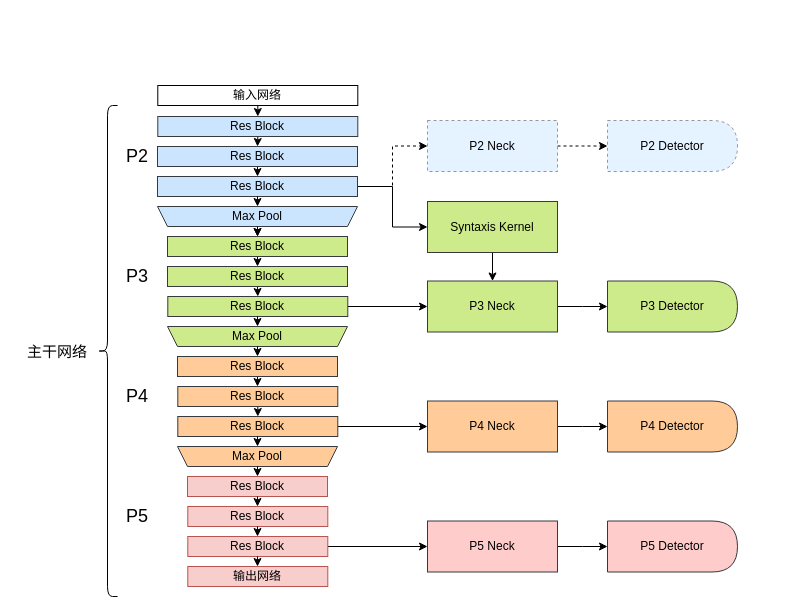
This is 融合框架.drawio from ThrowYouARem/d2l-zh, a draw.io file, before an edit. Source tidied: cells renumbered, new cells numbered last; positions are measured from the earlier drawing's top-left corner, leaving out a move shared by most shapes. Both pictures are drawn from the tidied source at 100%, with x=0, y=0 at pixel (17, 85).
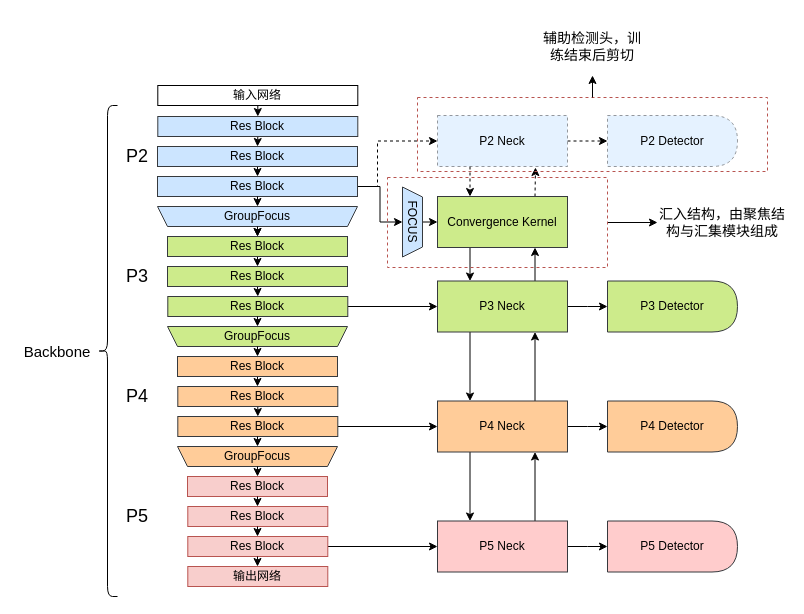
After the change.

Commit message:
更新融合框架.drawio

The change refers to these unchanged cells:
```xml
<mxCell id="8" value="Res Block" style="rounded=0;whiteSpace=wrap;html=1;fillColor=#cce5ff;strokeColor=#36393d;" parent="1" vertex="1">
  <mxGeometry x="140" y="91" width="200" height="20" as="geometry" />
</mxCell>
```

What changed in the source:
```diff
@@
     <mxCell id="6" style="edgeStyle=orthogonalEdgeStyle;rounded=0;jettySize=auto;html=1;exitX=1;exitY=0.5;exitDx=0;exitDy=0;entryX=0;entryY=0.5;entryDx=0;entryDy=0;dashed=1;" parent="1" edge="1" source="8" target="55">
-      <mxGeometry relative="1" as="geometry" />
+      <mxGeometry relative="1" as="geometry">
+        <Array as="points">
+          <mxPoint x="360" y="101" />
+          <mxPoint x="360" y="55" />
+        </Array>
+      </mxGeometry>
     </mxCell>
-    <mxCell id="7" style="edgeStyle=orthogonalEdgeStyle;rounded=0;jettySize=auto;html=1;exitX=1;exitY=0.5;exitDx=0;exitDy=0;entryX=0;entryY=0.5;entryDx=0;entryDy=0;" parent="1" edge="1" source="8" target="57">
-      <mxGeometry relative="1" as="geometry" />
-    </mxCell>
+    <mxCell id="64" style="edgeStyle=orthogonalEdgeStyle;rounded=0;jettySize=auto;html=1;exitX=1;exitY=0.5;exitDx=0;exitDy=0;entryX=0.5;entryY=1;entryDx=0;entryDy=0;" parent="1" edge="1" source="8" target="74">
+      <mxGeometry relative="1" as="geometry" />
+    </mxCell>
@@
-    <mxCell id="11" value="Max Pool" style="text;html=1;align=center;verticalAlign=middle;whiteSpace=wrap;rounded=0;" parent="1" vertex="1">
+    <mxCell id="11" value="GroupFocus" style="text;html=1;align=center;verticalAlign=middle;whiteSpace=wrap;rounded=0;" parent="1" vertex="1">
       <mxGeometry x="210" y="116" width="60" height="30" as="geometry" />
     </mxCell>
@@
-    <mxCell id="21" value="Max Pool" style="text;html=1;align=center;verticalAlign=middle;whiteSpace=wrap;rounded=0;" parent="1" vertex="1">
+    <mxCell id="21" value="GroupFocus" style="text;html=1;align=center;verticalAlign=middle;whiteSpace=wrap;rounded=0;" parent="1" vertex="1">
       <mxGeometry x="210" y="236" width="60" height="30" as="geometry" />
     </mxCell>
@@
-    <mxCell id="31" value="Max Pool" style="text;html=1;align=center;verticalAlign=middle;whiteSpace=wrap;rounded=0;" parent="1" vertex="1">
+    <mxCell id="31" value="GroupFocus" style="text;html=1;align=center;verticalAlign=middle;whiteSpace=wrap;rounded=0;" parent="1" vertex="1">
       <mxGeometry x="210.3" y="356" width="60" height="30" as="geometry" />
     </mxCell>
@@
-    <mxCell id="42" value="&lt;span style=&quot;font-size: 15px;&quot;&gt;主干网络&lt;/span&gt;" style="text;html=1;align=center;verticalAlign=middle;whiteSpace=wrap;rounded=0;" parent="1" vertex="1">
+    <mxCell id="42" value="&lt;span style=&quot;font-size: 15px;&quot;&gt;Backbone&lt;/span&gt;" style="text;html=1;align=center;verticalAlign=middle;whiteSpace=wrap;rounded=0;" parent="1" vertex="1">
       <mxGeometry y="251.2" width="80" height="30.5" as="geometry" />
     </mxCell>
@@
+    <mxCell id="65" style="edgeStyle=orthogonalEdgeStyle;rounded=0;jettySize=auto;html=1;exitX=0.25;exitY=1;exitDx=0;exitDy=0;entryX=0.25;entryY=0;entryDx=0;entryDy=0;" parent="1" edge="1" source="49" target="51">
+      <mxGeometry relative="1" as="geometry" />
+    </mxCell>
+    <mxCell id="66" style="edgeStyle=orthogonalEdgeStyle;rounded=0;jettySize=auto;html=1;exitX=0.75;exitY=0;exitDx=0;exitDy=0;entryX=0.75;entryY=1;entryDx=0;entryDy=0;" parent="1" edge="1" source="49" target="57">
+      <mxGeometry relative="1" as="geometry" />
+    </mxCell>
     <mxCell id="49" value="P3 Neck" style="rounded=0;whiteSpace=wrap;html=1;fillColor=#cdeb8b;strokeColor=#36393d;" parent="1" vertex="1">
-      <mxGeometry x="410" y="195.5" width="130" height="51" as="geometry" />
+      <mxGeometry x="420" y="195.5" width="130" height="51" as="geometry" />
     </mxCell>
@@
+    <mxCell id="67" style="edgeStyle=orthogonalEdgeStyle;rounded=0;jettySize=auto;html=1;exitX=0.75;exitY=0;exitDx=0;exitDy=0;entryX=0.75;entryY=1;entryDx=0;entryDy=0;" parent="1" edge="1" source="51" target="49">
+      <mxGeometry relative="1" as="geometry" />
+    </mxCell>
+    <mxCell id="68" style="edgeStyle=orthogonalEdgeStyle;rounded=0;jettySize=auto;html=1;exitX=0.25;exitY=1;exitDx=0;exitDy=0;entryX=0.25;entryY=0;entryDx=0;entryDy=0;" parent="1" edge="1" source="51" target="53">
+      <mxGeometry relative="1" as="geometry" />
+    </mxCell>
     <mxCell id="51" value="P4 Neck" style="rounded=0;whiteSpace=wrap;html=1;fillColor=#ffcc99;strokeColor=#36393d;" parent="1" vertex="1">
-      <mxGeometry x="410" y="315.5" width="130" height="51" as="geometry" />
+      <mxGeometry x="420" y="315.5" width="130" height="51" as="geometry" />
     </mxCell>
@@
+    <mxCell id="69" style="edgeStyle=orthogonalEdgeStyle;rounded=0;jettySize=auto;html=1;exitX=0.75;exitY=0;exitDx=0;exitDy=0;entryX=0.75;entryY=1;entryDx=0;entryDy=0;" parent="1" edge="1" source="53" target="51">
+      <mxGeometry relative="1" as="geometry" />
+    </mxCell>
     <mxCell id="53" value="P5 Neck" style="rounded=0;whiteSpace=wrap;html=1;fillColor=#ffcccc;strokeColor=#36393d;" parent="1" vertex="1">
-      <mxGeometry x="410" y="435.5" width="130" height="51" as="geometry" />
+      <mxGeometry x="420" y="435.5" width="130" height="51" as="geometry" />
     </mxCell>
-    <mxCell id="54" style="edgeStyle=orthogonalEdgeStyle;rounded=0;jettySize=auto;html=1;dashed=1;" parent="1" edge="1" source="55">
-      <mxGeometry relative="1" as="geometry">
-        <mxPoint x="590" y="60.5" as="targetPoint" />
-      </mxGeometry>
-    </mxCell>
+    <mxCell id="70" style="edgeStyle=orthogonalEdgeStyle;rounded=0;jettySize=auto;html=1;exitX=0.25;exitY=1;exitDx=0;exitDy=0;entryX=0.25;entryY=0;entryDx=0;entryDy=0;dashed=1;" parent="1" edge="1" source="55" target="57">
+      <mxGeometry relative="1" as="geometry" />
+    </mxCell>
+    <mxCell id="71" style="edgeStyle=orthogonalEdgeStyle;rounded=0;jettySize=auto;html=1;dashed=1;" parent="1" edge="1" source="55" target="58">
+      <mxGeometry relative="1" as="geometry" />
+    </mxCell>
     <mxCell id="55" value="P2 Neck" style="rounded=0;whiteSpace=wrap;html=1;fillColor=#cce5ff;strokeColor=#36393d;dashed=1;opacity=50;" parent="1" vertex="1">
-      <mxGeometry x="410" y="35" width="130" height="51" as="geometry" />
+      <mxGeometry x="420" y="30" width="130" height="51" as="geometry" />
     </mxCell>
-    <mxCell id="56" style="edgeStyle=orthogonalEdgeStyle;rounded=0;jettySize=auto;html=1;exitX=0.5;exitY=1;exitDx=0;exitDy=0;entryX=0.5;entryY=0;entryDx=0;entryDy=0;" parent="1" edge="1" source="57" target="49">
+    <mxCell id="56" style="edgeStyle=orthogonalEdgeStyle;rounded=0;jettySize=auto;html=1;exitX=0.25;exitY=1;exitDx=0;exitDy=0;entryX=0.25;entryY=0;entryDx=0;entryDy=0;" parent="1" edge="1" source="57" target="49">
       <mxGeometry relative="1" as="geometry" />
     </mxCell>
+    <mxCell id="72" style="edgeStyle=orthogonalEdgeStyle;rounded=0;jettySize=auto;html=1;exitX=0.75;exitY=0;exitDx=0;exitDy=0;dashed=1;" parent="1" edge="1" source="57">
+      <mxGeometry relative="1" as="geometry">
+        <mxPoint x="518" y="82" as="targetPoint" />
+      </mxGeometry>
+    </mxCell>
-    <mxCell id="57" value="Syntaxis Kernel" style="rounded=0;whiteSpace=wrap;html=1;fillColor=#cdeb8b;strokeColor=#36393d;" parent="1" vertex="1">
-      <mxGeometry x="410" y="116" width="130" height="51" as="geometry" />
+    <mxCell id="57" value="Convergence&amp;nbsp;Kernel" style="rounded=0;whiteSpace=wrap;html=1;fillColor=#cdeb8b;strokeColor=#36393d;" parent="1" vertex="1">
+      <mxGeometry x="420" y="111" width="130" height="51" as="geometry" />
     </mxCell>
     <mxCell id="58" value="P2 Detector" style="shape=delay;whiteSpace=wrap;html=1;rounded=0;dashed=1;opacity=50;strokeColor=#36393d;align=center;verticalAlign=middle;fontFamily=Helvetica;fontSize=12;fontColor=default;fillColor=#cce5ff;" parent="1" vertex="1">
-      <mxGeometry x="590" y="35" width="130" height="51" as="geometry" />
+      <mxGeometry x="590" y="30" width="130" height="51" as="geometry" />
     </mxCell>
@@
+    <mxCell id="73" style="edgeStyle=orthogonalEdgeStyle;rounded=0;jettySize=auto;html=1;exitX=0.5;exitY=0;exitDx=0;exitDy=0;entryX=0;entryY=0.5;entryDx=0;entryDy=0;" parent="1" edge="1" source="74" target="57">
+      <mxGeometry relative="1" as="geometry" />
+    </mxCell>
+    <mxCell id="74" value="FOCUS" style="shape=trapezoid;perimeter=trapezoidPerimeter;whiteSpace=wrap;html=1;fixedSize=1;size=10;rotation=90;fillColor=#cce5ff;strokeColor=#36393d;" parent="1" vertex="1">
+      <mxGeometry x="360" y="126.5" width="70" height="20" as="geometry" />
+    </mxCell>
+    <mxCell id="75" style="rounded=0;whiteSpace=wrap;html=1;fillColor=none;strokeColor=#b85450;dashed=1;" parent="1" vertex="1">
+      <mxGeometry x="400" y="12" width="350" height="74" as="geometry" />
+    </mxCell>
+    <mxCell id="76" style="edgeStyle=orthogonalEdgeStyle;rounded=0;jettySize=auto;html=1;exitX=1;exitY=0.5;exitDx=0;exitDy=0;entryX=0;entryY=0.5;entryDx=0;entryDy=0;" parent="1" edge="1" source="77" target="80">
+      <mxGeometry relative="1" as="geometry" />
+    </mxCell>
+    <mxCell id="77" style="rounded=0;whiteSpace=wrap;html=1;fillColor=none;strokeColor=#b85450;dashed=1;" parent="1" vertex="1">
+      <mxGeometry x="370" y="92" width="220" height="90" as="geometry" />
+    </mxCell>
+    <mxCell id="78" value="&lt;font style=&quot;font-size: 14px;&quot;&gt;辅助检测头，训练结束后剪切&lt;/font&gt;" style="text;html=1;align=center;verticalAlign=middle;whiteSpace=wrap;rounded=0;" parent="1" vertex="1">
+      <mxGeometry x="525" y="-68" width="100" height="58" as="geometry" />
+    </mxCell>
+    <mxCell id="79" style="edgeStyle=orthogonalEdgeStyle;rounded=0;jettySize=auto;html=1;" parent="1" edge="1" source="75" target="78">
+      <mxGeometry relative="1" as="geometry" />
+    </mxCell>
+    <mxCell id="80" value="&lt;font style=&quot;font-size: 14px;&quot;&gt;汇入结构，由聚焦结构与汇集模块组成&lt;/font&gt;" style="text;html=1;align=center;verticalAlign=middle;whiteSpace=wrap;rounded=0;" parent="1" vertex="1">
+      <mxGeometry x="640" y="108" width="130" height="58" as="geometry" />
+    </mxCell>
```
